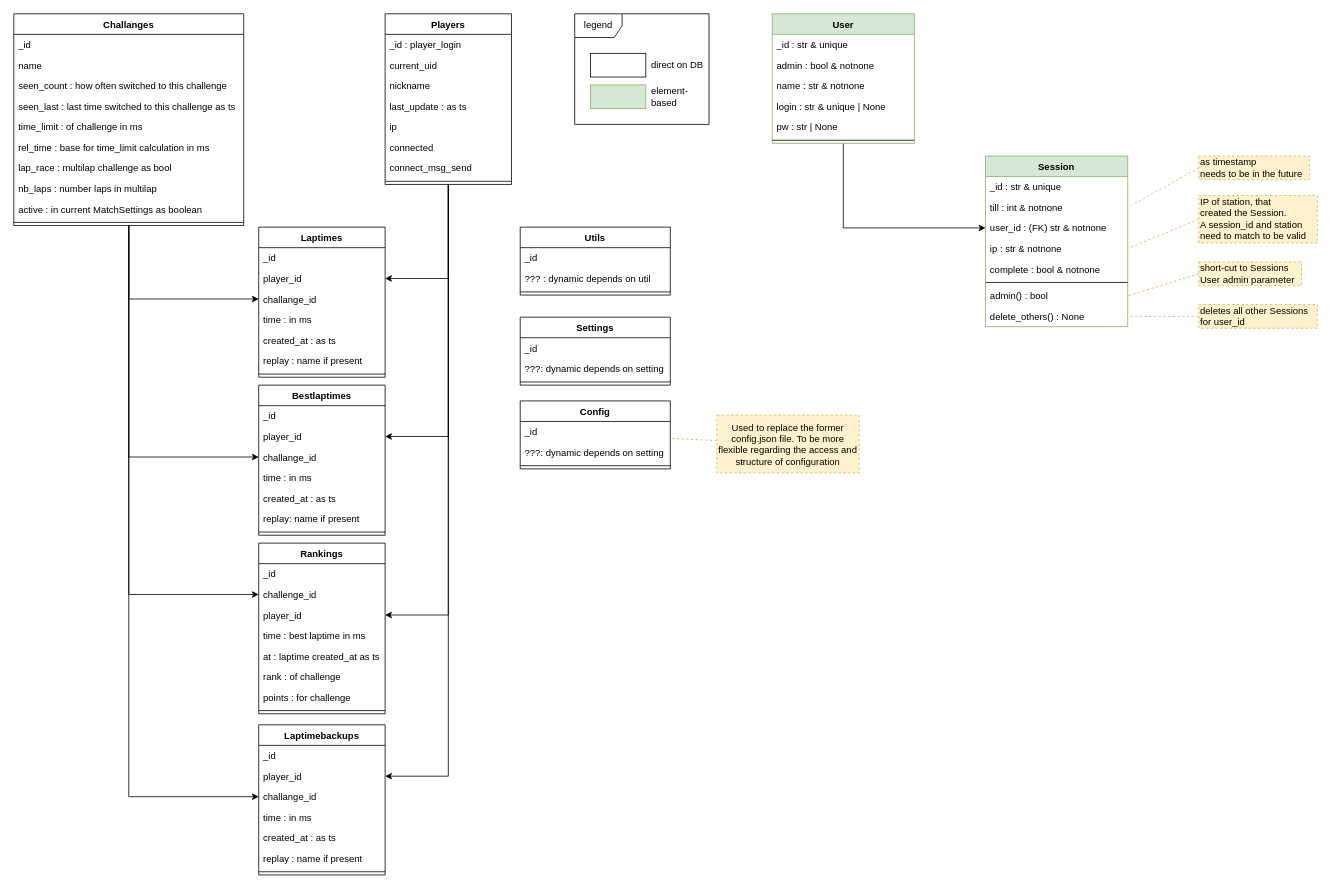
Above: docs/db_layout.drawio in nils-ost/TMNF-TimeAttackServer (draw.io), before the change. Source tidied: cells renumbered, new cells numbered last; positions are measured from the earlier drawing's top-left corner, leaving out a move shared by most shapes. Both pictures are drawn from the tidied source at 79%, with x=0, y=0 at pixel (13, 13).
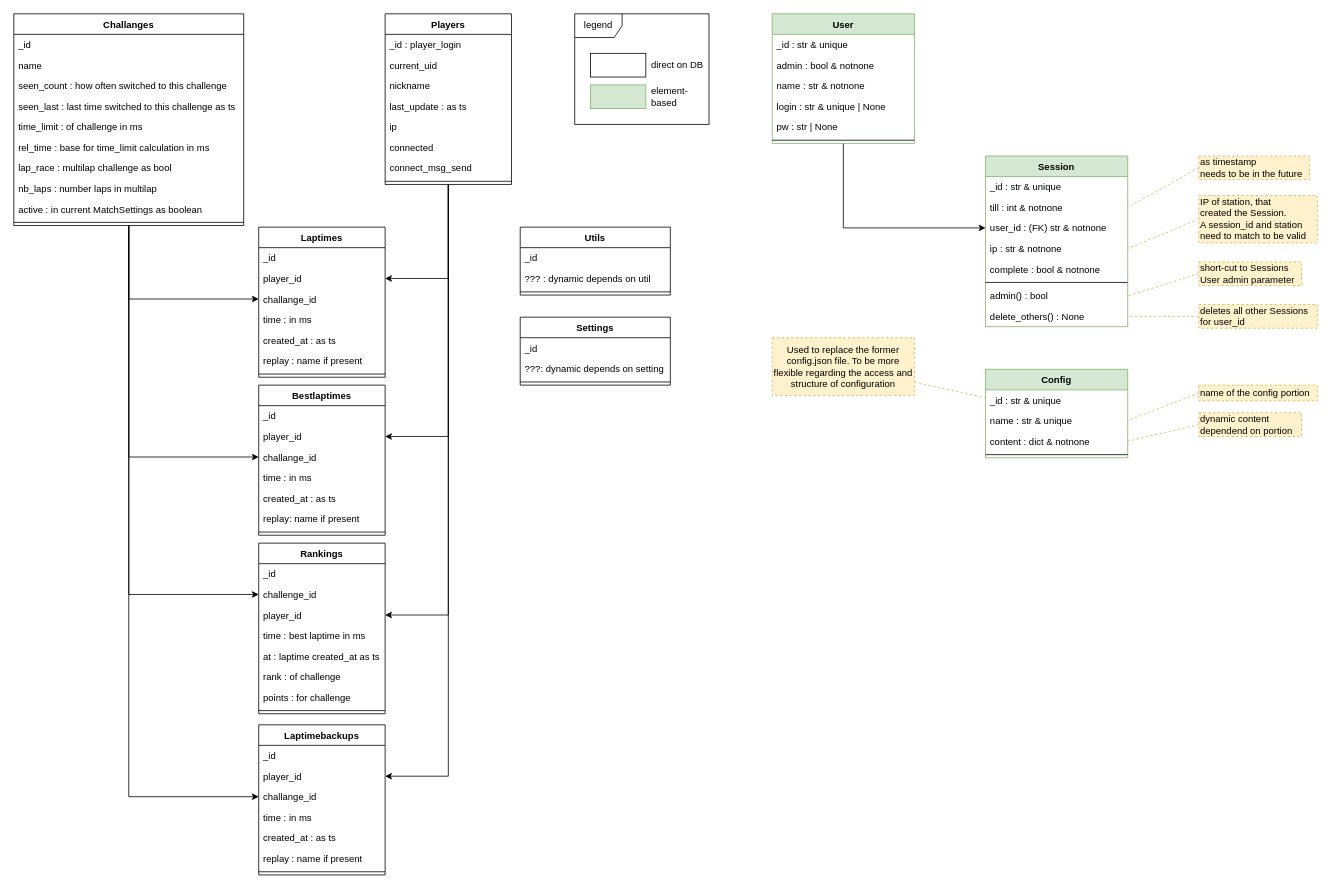
The same diagram, later.

The edit, as a diff of the source:
```diff
@@
-    <mxCell id="71" value="Config" style="swimlane;fontStyle=1;align=center;verticalAlign=top;horizontal=1;startSize=26;" parent="1" vertex="1">
-      <mxGeometry x="641" y="490" width="190" height="86" as="geometry" />
+    <mxCell id="71" value="Config" style="swimlane;fontStyle=1;align=center;verticalAlign=top;horizontal=1;startSize=26;fillColor=#d5e8d4;strokeColor=#82b366;" parent="1" vertex="1">
+      <mxGeometry x="1230" y="450" width="180" height="112" as="geometry" />
     </mxCell>
-    <mxCell id="72" value="_id" style="text;strokeColor=none;fillColor=none;align=left;verticalAlign=top;spacingLeft=4;spacingRight=4;overflow=hidden;" parent="71" vertex="1">
-      <mxGeometry y="26" width="190" height="26" as="geometry" />
+    <mxCell id="72" value="_id : str &amp; unique" style="text;strokeColor=none;fillColor=none;align=left;verticalAlign=top;spacingLeft=4;spacingRight=4;overflow=hidden;" parent="71" vertex="1">
+      <mxGeometry y="26" width="180" height="26" as="geometry" />
     </mxCell>
+    <mxCell id="106" value="name : str &amp; unique" style="text;strokeColor=none;fillColor=none;align=left;verticalAlign=top;spacingLeft=4;spacingRight=4;overflow=hidden;points=[[0,0.5],[1,0.5]];portConstraint=eastwest;" parent="71" vertex="1">
+      <mxGeometry y="52" width="180" height="26" as="geometry" />
+    </mxCell>
-    <mxCell id="73" value="???: dynamic depends on setting" style="text;strokeColor=none;fillColor=none;align=left;verticalAlign=top;spacingLeft=4;spacingRight=4;overflow=hidden;points=[[0,0.5],[1,0.5]];portConstraint=eastwest;" parent="71" vertex="1">
-      <mxGeometry y="52" width="190" height="26" as="geometry" />
+    <mxCell id="73" value="content : dict &amp; notnone" style="text;strokeColor=none;fillColor=none;align=left;verticalAlign=top;spacingLeft=4;spacingRight=4;overflow=hidden;points=[[0,0.5],[1,0.5]];portConstraint=eastwest;" parent="71" vertex="1">
+      <mxGeometry y="78" width="180" height="26" as="geometry" />
     </mxCell>
     <mxCell id="74" style="line;strokeWidth=1;fillColor=none;align=left;verticalAlign=middle;spacingTop=-1;spacingLeft=3;spacingRight=3;labelPosition=right;" parent="71" vertex="1">
-      <mxGeometry y="78" width="190" height="8" as="geometry" />
+      <mxGeometry y="104" width="180" height="8" as="geometry" />
     </mxCell>
@@
     <mxCell id="76" value="Used to replace the former config.json file. To be more flexible regarding the access and structure of configuration" style="rounded=0;whiteSpace=wrap;html=1;dashed=1;fillColor=#fff2cc;strokeColor=#d6b656;" parent="1" vertex="1">
-      <mxGeometry x="890" y="508" width="180" height="73" as="geometry" />
+      <mxGeometry x="960" y="410" width="180" height="73" as="geometry" />
     </mxCell>
@@
+    <mxCell id="107" style="rounded=0;jettySize=auto;html=1;exitX=0;exitY=0.5;exitDx=0;exitDy=0;entryX=1;entryY=0.5;entryDx=0;entryDy=0;endArrow=none;endFill=0;dashed=1;fillColor=#fff2cc;strokeColor=#d6b656;" parent="1" edge="1" source="108" target="106">
+      <mxGeometry relative="1" as="geometry" />
+    </mxCell>
+    <mxCell id="108" value="name of the config portion" style="rounded=0;whiteSpace=wrap;html=1;align=left;fillColor=#fff2cc;strokeColor=#d6b656;dashed=1;" parent="1" vertex="1">
+      <mxGeometry x="1500" y="470" width="150" height="20" as="geometry" />
+    </mxCell>
+    <mxCell id="109" style="edgeStyle=none;rounded=0;jettySize=auto;html=1;exitX=0;exitY=0.5;exitDx=0;exitDy=0;dashed=1;endArrow=none;endFill=0;fillColor=#fff2cc;strokeColor=#d6b656;entryX=1;entryY=0.5;entryDx=0;entryDy=0;" parent="1" edge="1" source="110" target="73">
+      <mxGeometry relative="1" as="geometry" />
+    </mxCell>
+    <mxCell id="110" value="dynamic content&lt;br&gt;dependend on portion" style="rounded=0;whiteSpace=wrap;html=1;align=left;fillColor=#fff2cc;strokeColor=#d6b656;dashed=1;" parent="1" vertex="1">
+      <mxGeometry x="1500" y="505" width="130" height="30" as="geometry" />
+    </mxCell>
```
